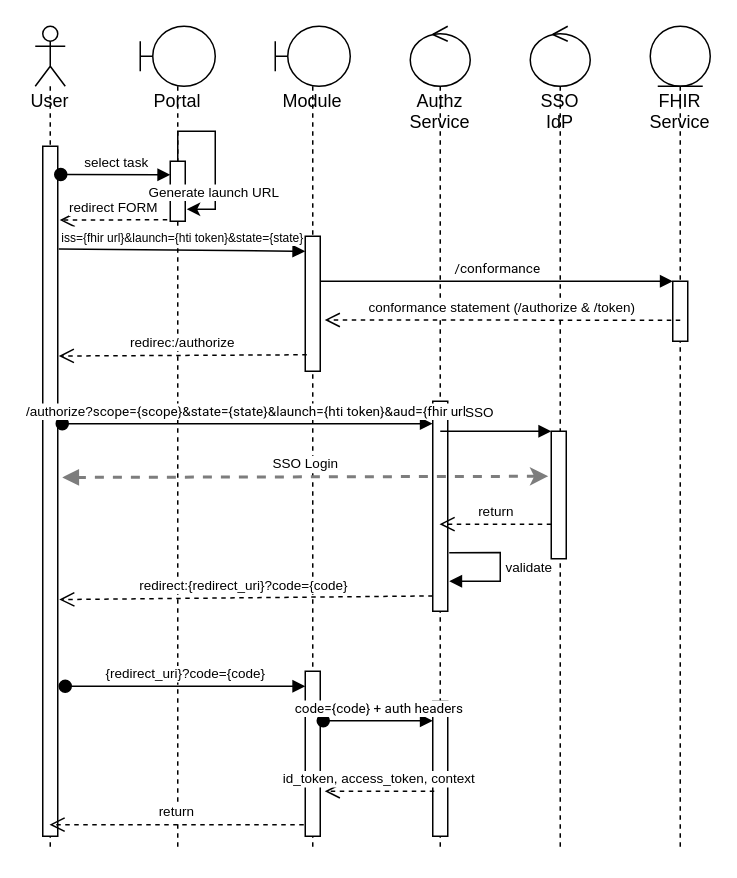
Above: topics/SMART on FHIR app launch and HTI.drawio in Koppeltaal/Koppeltaal-2.0-Specificaties-en-Architectuur (draw.io), before the change. Source tidied: cells renumbered, new cells numbered last; positions are measured from the earlier drawing's top-left corner, leaving out a move shared by most shapes. Both pictures are drawn from the tidied source at 150%, with x=0, y=0 at pixel (34, 26).
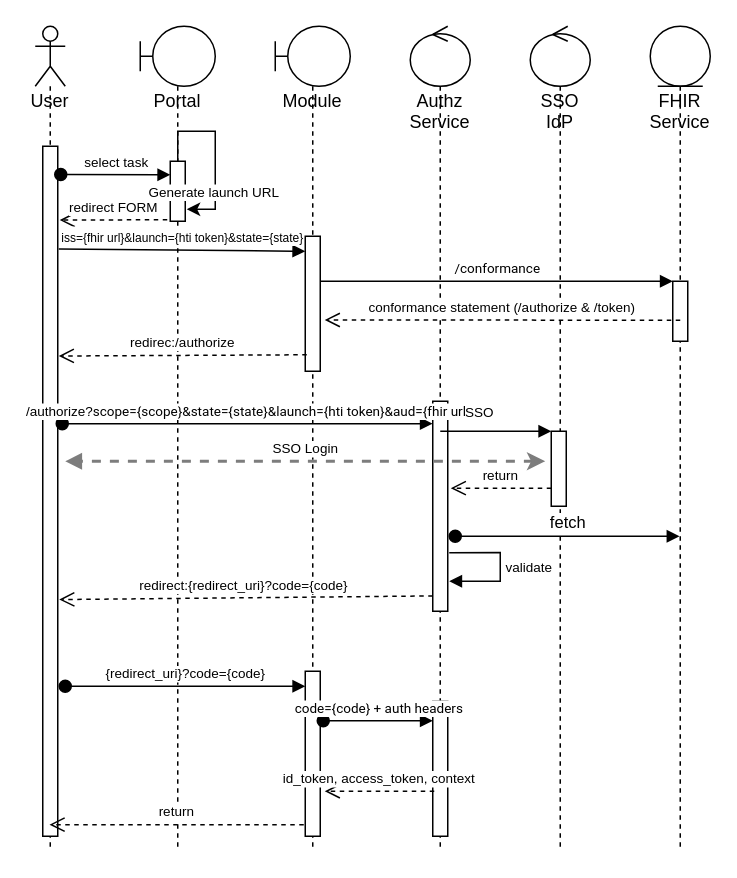
Above is the later version.

Commit message:
Added link from Auth to FHIR

Unchanged cells that the change refers to:
```xml
<mxCell id="3" style="html=1;points=[];perimeter=orthogonalPerimeter;" parent="2" vertex="1">
  <mxGeometry x="5" y="80" width="10" height="460" as="geometry" />
</mxCell>
<mxCell id="11" value="Authz Service" style="shape=umlLifeline;participant=umlControl;perimeter=lifelinePerimeter;whiteSpace=wrap;html=1;verticalAlign=top;spacingTop=36;outlineConnect=0;" parent="1" vertex="1">
  <mxGeometry x="250" width="40" height="550" as="geometry" />
</mxCell>
<mxCell id="12" style="html=1;points=[];perimeter=orthogonalPerimeter;fontSize=9;" parent="11" vertex="1">
  <mxGeometry x="15" y="250" width="10" height="140" as="geometry" />
</mxCell>
<mxCell id="15" value="SSO IdP" style="shape=umlLifeline;participant=umlControl;perimeter=lifelinePerimeter;whiteSpace=wrap;html=1;verticalAlign=top;spacingTop=36;" parent="1" vertex="1">
  <mxGeometry x="330" width="40" height="550" as="geometry" />
</mxCell>
<mxCell id="17" value="FHIR Service" style="shape=umlLifeline;participant=umlEntity;perimeter=lifelinePerimeter;whiteSpace=wrap;html=1;verticalAlign=top;spacingTop=36;outlineConnect=0;" parent="1" vertex="1">
  <mxGeometry x="410" width="40" height="550" as="geometry" />
</mxCell>
```

The edit, as a diff of the source:
```diff
@@
     <mxCell id="16" style="html=1;points=[];perimeter=orthogonalPerimeter;fontSize=9;" parent="15" vertex="1">
-      <mxGeometry x="14" y="270" width="10" height="85" as="geometry" />
+      <mxGeometry x="14" y="270" width="10" height="50" as="geometry" />
     </mxCell>
@@
-    <mxCell id="26" value="SSO Login" style="html=1;verticalAlign=bottom;endArrow=block;rounded=0;fontSize=9;exitX=-0.2;exitY=0.353;exitDx=0;exitDy=0;exitPerimeter=0;startArrow=classic;startFill=1;strokeWidth=2;dashed=1;entryX=1.3;entryY=0.48;entryDx=0;entryDy=0;entryPerimeter=0;strokeColor=#7D7D7D;" parent="1" edge="1" source="16" target="3">
-      <mxGeometry relative="1" as="geometry" />
+    <mxCell id="26" value="SSO Login" style="html=1;verticalAlign=bottom;endArrow=block;rounded=0;fontSize=9;startArrow=classic;startFill=1;strokeWidth=2;dashed=1;strokeColor=#7D7D7D;" parent="1" edge="1">
+      <mxGeometry relative="1" as="geometry">
+        <mxPoint x="340" y="290" as="sourcePoint" />
+        <mxPoint x="20" y="290" as="targetPoint" />
+      </mxGeometry>
     </mxCell>
-    <mxCell id="27" value="return" style="html=1;verticalAlign=bottom;endArrow=open;dashed=1;endSize=8;exitX=0;exitY=0.729;rounded=0;fontSize=9;exitDx=0;exitDy=0;exitPerimeter=0;" parent="1" edge="1" source="16" target="11">
+    <mxCell id="27" value="return" style="html=1;verticalAlign=bottom;endArrow=open;dashed=1;endSize=8;rounded=0;fontSize=9;entryX=1.2;entryY=0.414;entryDx=0;entryDy=0;entryPerimeter=0;" parent="1" edge="1" source="16" target="12">
       <mxGeometry relative="1" as="geometry" />
     </mxCell>
@@
+    <mxCell id="34" value="fetch" style="html=1;verticalAlign=bottom;startArrow=oval;startFill=1;endArrow=block;startSize=8;rounded=0;" parent="1" edge="1" target="17">
+      <mxGeometry relative="1" as="geometry">
+        <mxPoint x="280" y="340" as="sourcePoint" />
+        <Array as="points">
+          <mxPoint x="320" y="340" />
+        </Array>
+      </mxGeometry>
+    </mxCell>
```
